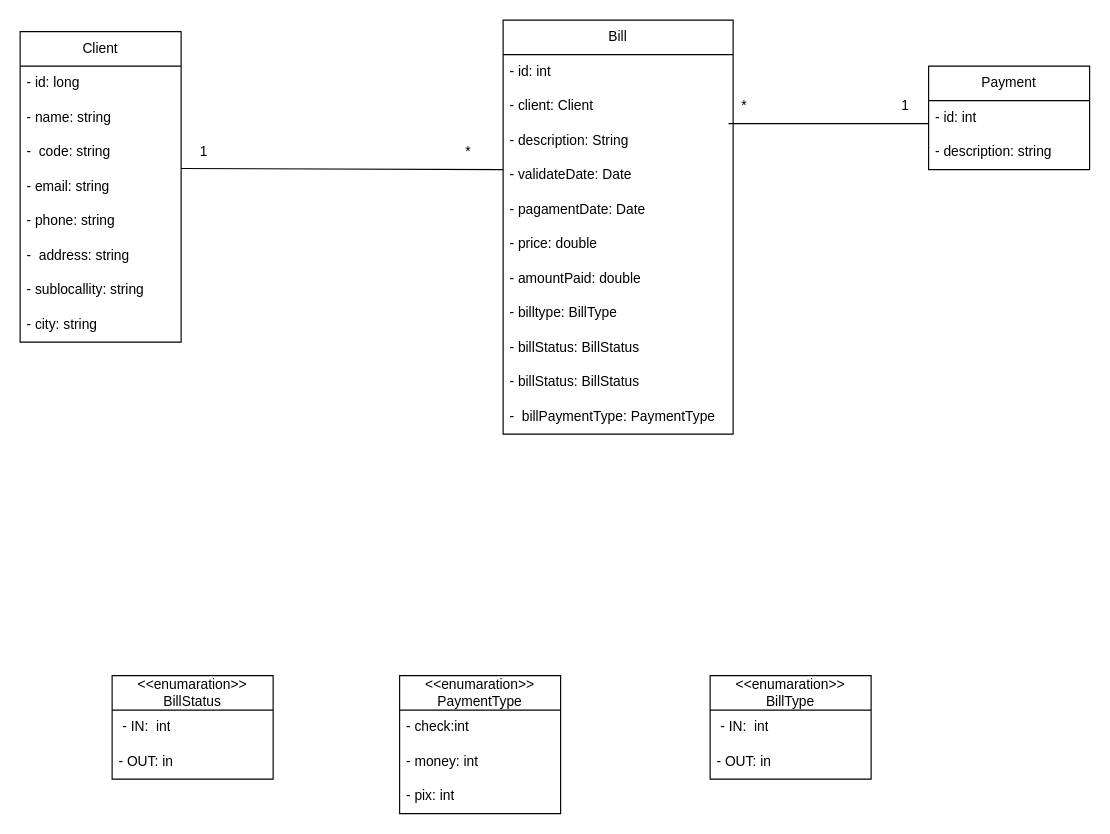
Luke0195/ws-payment keeps this draw.io diagram as requirements/diagram.drawio. Above is the earlier version. Source tidied: cells renumbered, new cells numbered last; positions are measured from the earlier drawing's top-left corner, leaving out a move shared by most shapes. Both pictures are drawn from the tidied source at 115%, with x=0, y=0 at pixel (20, 20).
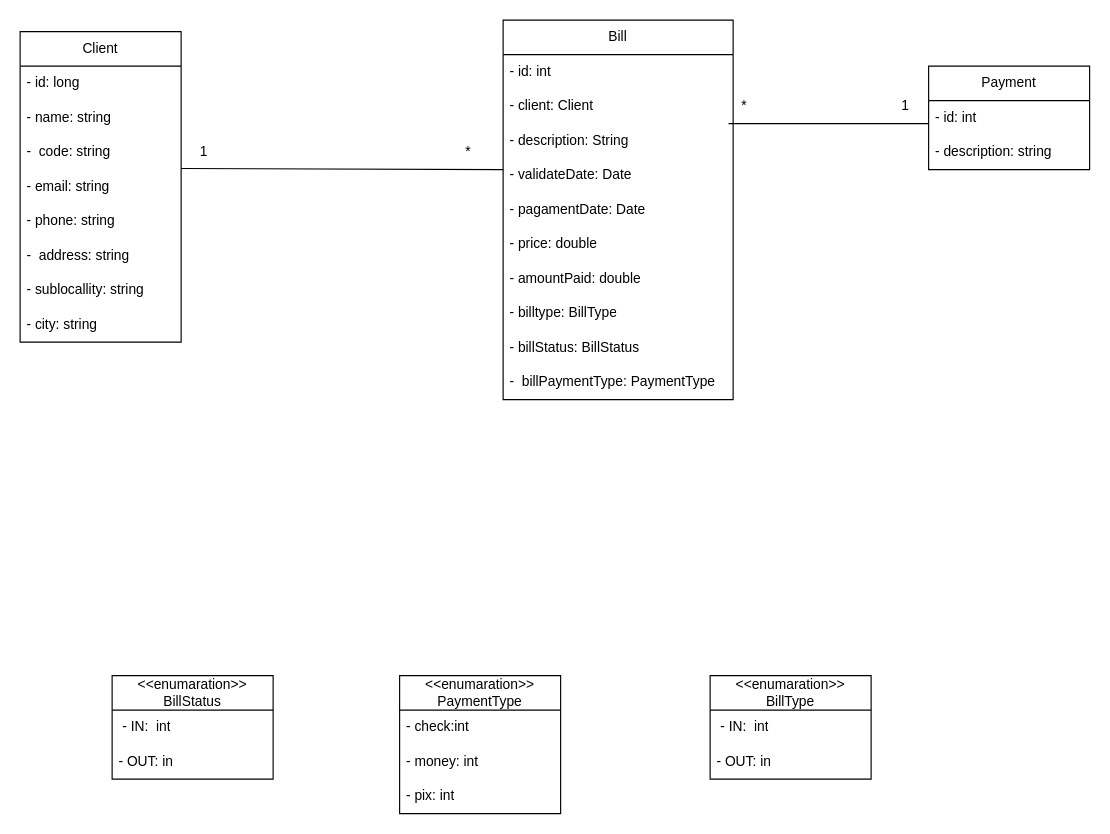
Above is the later version.

Commit message (it also covers changes not shown here):
feat: add bill usecases and requirements

What changed in the source:
```diff
@@
     <mxCell id="14" value="Bill" style="swimlane;fontStyle=0;horizontal=1;startSize=30;whiteSpace=wrap;html=1;" parent="1" vertex="1">
-      <mxGeometry x="420" width="200" height="360" as="geometry" />
+      <mxGeometry x="420" width="200" height="330" as="geometry" />
     </mxCell>
@@
-    <mxCell id="24" value="- billStatus: BillStatus" style="text;strokeColor=none;fillColor=none;align=left;verticalAlign=middle;spacingLeft=4;spacingRight=4;overflow=hidden;whiteSpace=wrap;html=1;" parent="14" vertex="1">
-      <mxGeometry y="300" width="200" height="30" as="geometry" />
-    </mxCell>
     <mxCell id="25" value="-&amp;nbsp; billPaymentType: PaymentType" style="text;strokeColor=none;fillColor=none;align=left;verticalAlign=middle;spacingLeft=4;spacingRight=4;overflow=hidden;whiteSpace=wrap;html=1;" parent="14" vertex="1">
-      <mxGeometry y="330" width="200" height="30" as="geometry" />
+      <mxGeometry y="300" width="200" height="30" as="geometry" />
     </mxCell>
```
